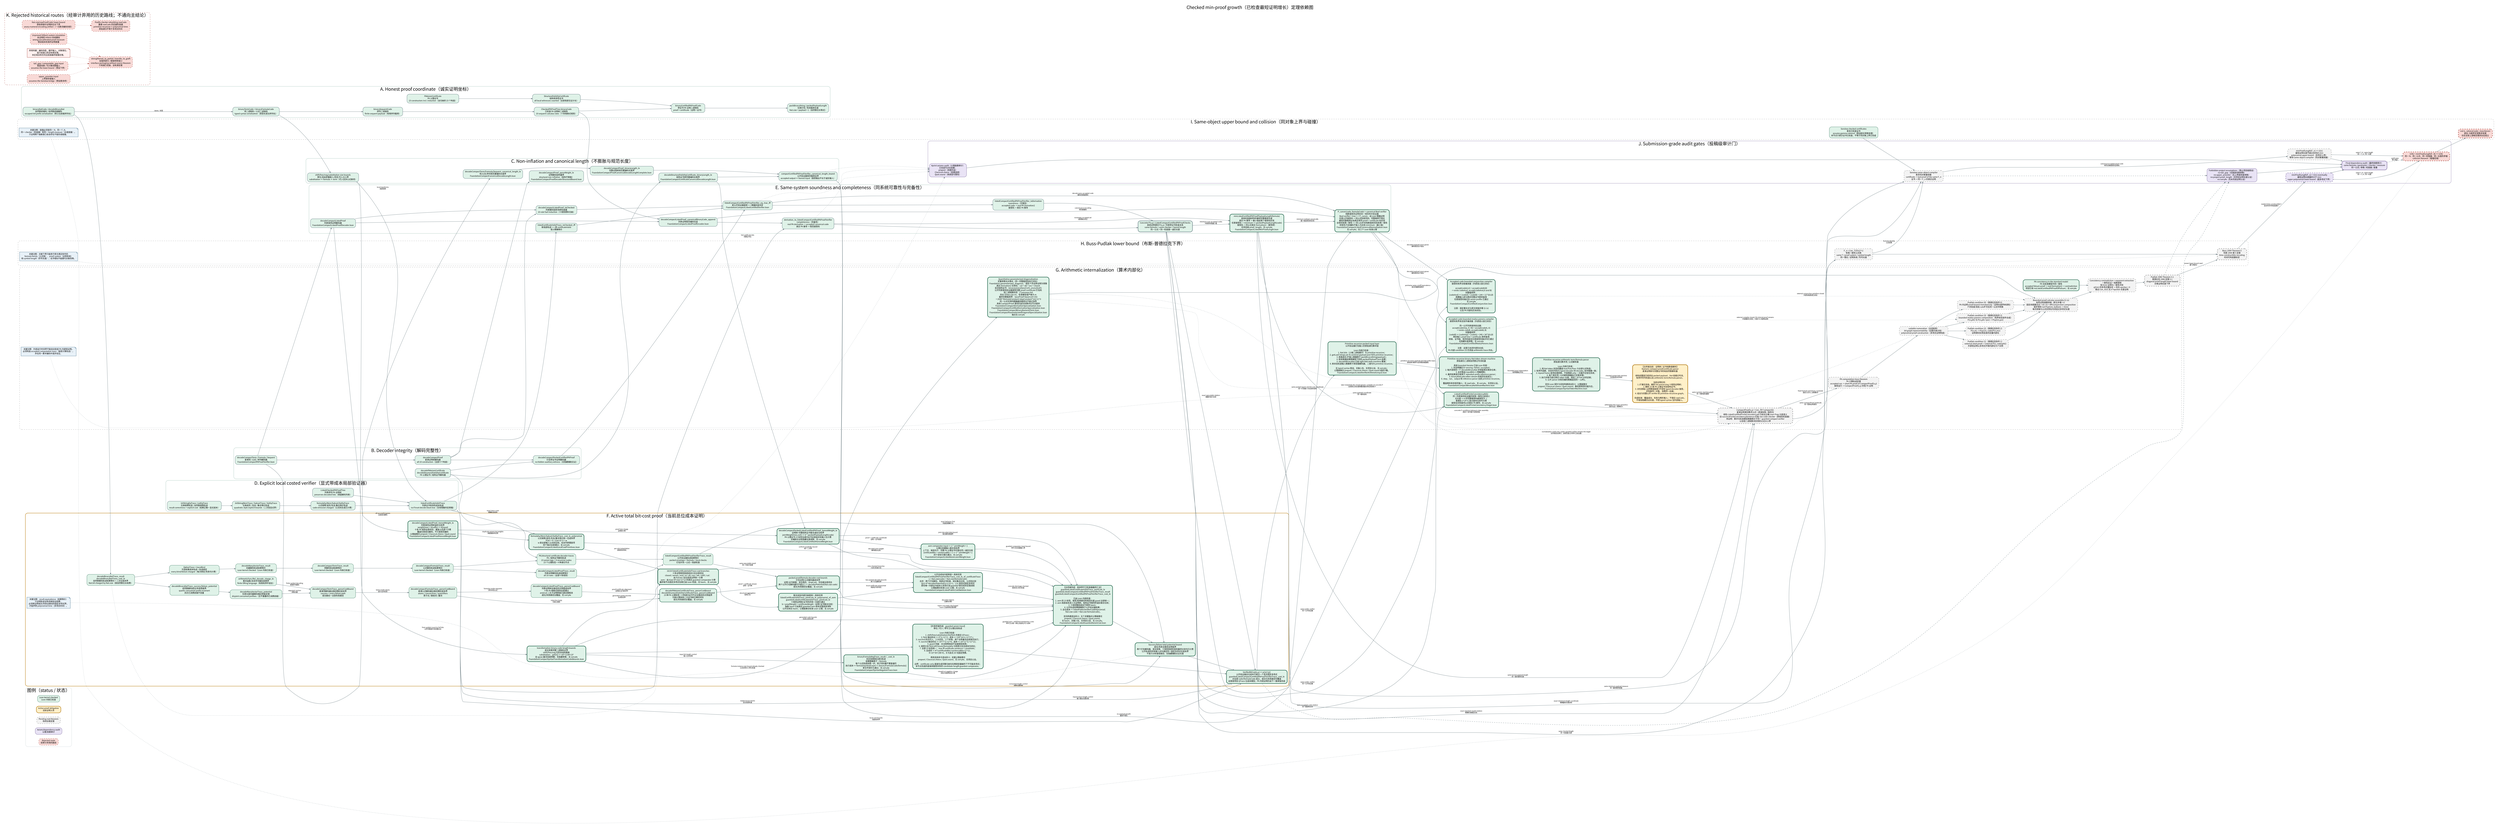
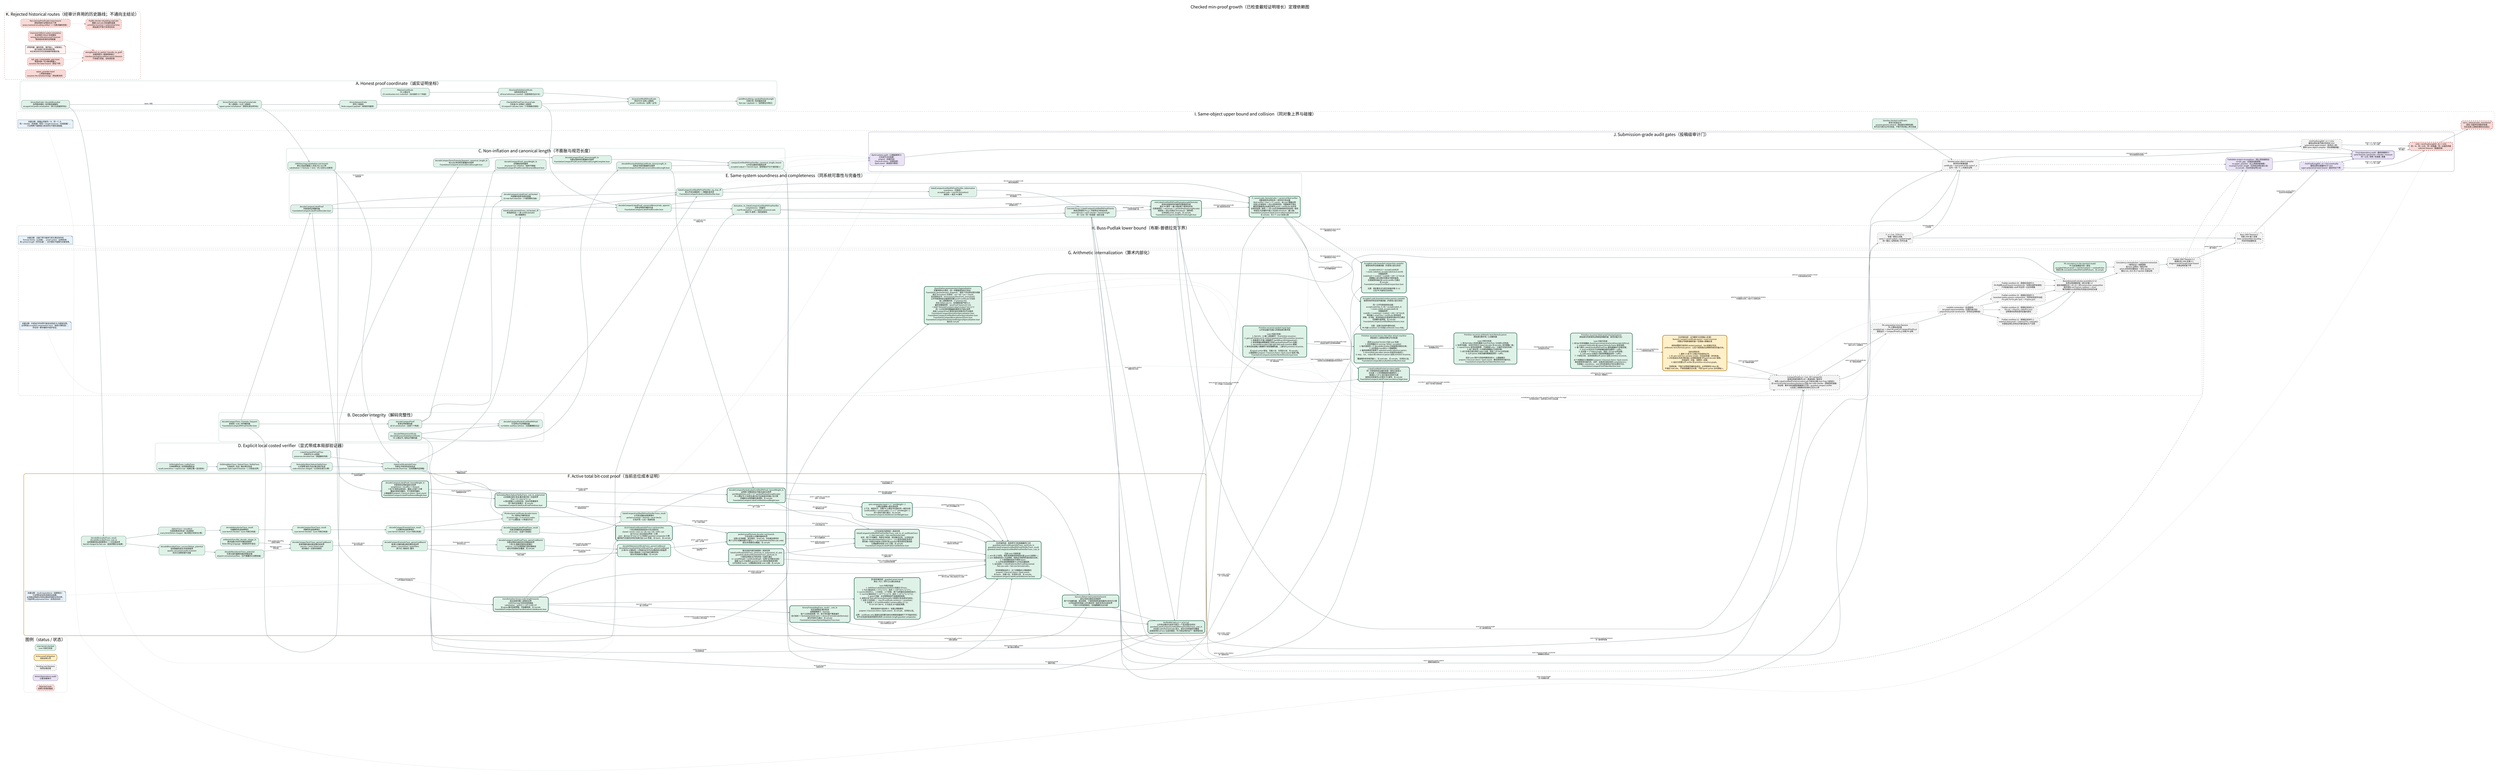
digraph CheckedMinProofDependencies {
  graph [
    rankdir=LR,
    bgcolor="white",
    compound=true,
    newrank=true,
    pad="0.35",
    nodesep="0.30",
    ranksep="0.62",
    fontname="Noto Sans CJK SC",
    fontsize=24,
    label="Checked min-proof growth（已检查最短证明增长）定理依赖图",
    labelloc="t",
    labeljust="c"
  ];
  node [
    shape=box,
    style="rounded,filled",
    fontname="Noto Sans CJK SC",
    fontsize=10.5,
    color="#526d75",
    fillcolor="#eef3f4",
    margin="0.14,0.09",
    penwidth=1.2
  ];
  edge [
    fontname="Noto Sans CJK SC",
    fontsize=8.5,
    color="#65777d",
    arrowsize=0.68,
    penwidth=1.05
  ];

  subgraph cluster_legend {
    label="图例（status / 状态）";
    color="#c8d1d4";
    style="rounded";
    done [label="Lean kernel checked\nLean 内核已检查", fillcolor="#dff2e8", color="#3f7c66"];
    active [label="Active proof obligation\n当前证明义务", fillcolor="#fff0c9", color="#b37a12", penwidth=2.2];
    pending [label="Pending root theorem\n待闭合根定理", fillcolor="#f3f3f3", color="#777777", style="rounded,filled,dashed"];
    audit [label="Axiom/dependency audit\n公理/依赖审计", fillcolor="#e9e3f5", color="#76639a"];
    rejected [label="Rejected route\n经审计弃用的路线", fillcolor="#f8d9d6", color="#a8443d", style="rounded,filled,dashed"];
  }

  subgraph cluster_coordinate {
    label="A. Honest proof coordinate（诚实证明坐标）";
    color="#8fb7aa";
    style="rounded";

    natcode [label="binaryNatCode / decodeBinaryNat\n自然数前缀码 / 自然数前缀解码\nescaped-bit prefix serialization（转义位前缀序列化）", fillcolor="#dff2e8"];
    syntaxcode [label="binaryTermCode + binaryFormulaCode\n项二进制码 + 公式二进制码\ntyped syntax serialization（类型化语法序列化）", fillcolor="#dff2e8"];
    sequentcode [label="binarySequentCode\n序列二进制码\nfinite sequent payload（有限序列载荷）", fillcolor="#dff2e8"];
    prooftree [label="CheckedPAProofTree.binaryCode\n已检查 PA 证明树二进制码\n10 sequent-calculus rules（十条相继式规则）", fillcolor="#dff2e8"];
    axiomcert [label="PAAxiomCertificate\nPA 公理证书\n23 constructors incl. induction（含归纳的 23 个构造）", fillcolor="#dff2e8"];
    structcert [label="StructuralValidityCertificate\n结构有效性证书\nall local witnesses counted（全部局部见证计长）", fillcolor="#dff2e8"];
    certifiedcode [label="binaryCertifiedPAProofCode\n带证书 PA 证明二进制码\nproof + certificate（证明 + 证书）", fillcolor="#dff2e8"];
    packedcode [label="packBinaryString / packedPayloadLength\n位串打包 / 有效载荷长度\nNat.size = payload + 1（自然数位长等式）", fillcolor="#dff2e8"];

    natcode -> syntaxcode [label="labels / 标签"];
    syntaxcode -> sequentcode;
    sequentcode -> prooftree;
    axiomcert -> structcert;
    prooftree -> certifiedcode;
    structcert -> certifiedcode;
    certifiedcode -> packedcode;
  }

  subgraph cluster_decoder {
    label="B. Decoder integrity（解码完整性）";
    color="#8fb7aa";
    style="rounded";

    typeddecoder [label="decodeCompactTerm / Formula / Sequent\n紧凑项 / 公式 / 序列解码器\nFoundationCompactPAProofVerifier.lean", fillcolor="#dff2e8"];
    proofdecoder [label="decodeCompactProof\n紧凑证明树解码器\nall 10 constructors（全部十个构造）", fillcolor="#dff2e8"];
    certdecoder [label="decodePAAxiomCertificate\ndecodeStructuralValidityCertificate\nPA 公理证书 / 结构证书解码器", fillcolor="#dff2e8"];
    packeddecoder [label="decodeCompactPackedCertifiedPAProof\n打包带证书证明解码器\nno hidden auxiliary witness（无隐藏辅助见证）", fillcolor="#dff2e8"];

    typeddecoder -> proofdecoder;
    certdecoder -> packeddecoder;
    proofdecoder -> packeddecoder;
  }

  subgraph cluster_size {
    label="C. Non-inflation and canonical length（不膨胀与规范长度）";
    color="#8fb7aa";
    style="rounded";

    structural [label="decodeCompactProof_parseWeight_le\n证明解码结构量界\nstructural non-inflation（结构不膨胀）\nFoundationCompactProofDecoderStructuralBound.lean", fillcolor="#dff2e8"];
    syntaxcanonical [label="decodeCompactTerm/Formula/Sequent_canonical_length_le\n项/公式/序列规范重编码长度界\nFoundationCompactCanonicalDecodeLength.lean", fillcolor="#dff2e8"];
    proofcanonical [label="decodeCompactProof_binaryLength_le\n完整证明树规范重编码长度界\nFoundationCompactProofCanonicalDecodeLengthComplete.lean", fillcolor="#dff2e8"];
    certcanonical [label="decodeStructuralValidityCertificate_binaryLength_le\n结构证书规范重编码长度界\nFoundationCompactCertificateCanonicalDecodeLength.lean", fillcolor="#dff2e8"];
    totalcanonical [label="compactCertifiedPAProofVerifier_canonical_length_bound\n公开验证器规范载荷总界\naccepted output <= honest input（接受输出不长于诚实输入）", fillcolor="#dff2e8"];
    transformsize [label="shift/free/neg/substitution size bounds\n移位/自由变量嵌入/否定/代入大小界\nsubstitution <= formula × term（代入至多公式乘项）", fillcolor="#dff2e8"];

    typeddecoder -> syntaxcanonical;
    proofdecoder -> structural;
    syntaxcanonical -> proofcanonical;
    certdecoder -> certcanonical;
    proofcanonical -> totalcanonical;
    certcanonical -> totalcanonical;
    syntaxcode -> transformsize;
  }

  subgraph cluster_explicit_local {
    label="D. Explicit local costed verifier（显式带成本局部验证器）";
    color="#8fb7aa";
    style="rounded";

    biteq [label="bitStringEqTrace / natEqTrace\n位串相等轨迹 / 自然数相等轨迹\nresult correctness + explicit cost（结果正确 + 显式成本）", fillcolor="#dff2e8"];
    bitset [label="bitStringMemTrace / SubsetTrace / SetEqTrace\n位串成员 / 包含 / 集合等价轨迹\nquadratic-style explicit bounds（二次型显式界）", fillcolor="#dff2e8"];
    formulalist [label="formulaEq/Mem/Subset/SetEqTrace\n公式相等/成员/包含/集合等价轨迹\ncode emission charged（公式码生成已计费）", fillcolor="#dff2e8"];
    listedtree [label="ListedCheckedPAProofTree\n列表序列 PA 证明树\npreserves decoded lists（保留解码列表）", fillcolor="#dff2e8"];
    listedcert [label="listedCertificateValidTrace\n列表证书有效性成本轨迹\nno Finset decide black box（无有限集判定黑箱）", fillcolor="#dff2e8"];

    biteq -> bitset;
    bitset -> formulalist;
    listedtree -> listedcert;
    formulalist -> listedcert;
    transformsize -> listedcert [label="local transforms\n局部变换"];
  }

  subgraph cluster_same_system {
    label="E. Same-system soundness and completeness（同系统可靠性与完备性）";
    color="#8fb7aa";
    style="rounded";

    listdecoder [label="decodeCompactListedProof\n列表保持证明解码器\nFoundationCompactListedProofDecoder.lean", fillcolor="#dff2e8"];
    projection [label="decodeCompactListedProof_toChecked\n列表解码投影到原检查器\n10-rule fuel induction（十规则燃料归纳）", fillcolor="#dff2e8"];
    localiff [label="listedCertificateValidTrace_toChecked_iff\n新局部轨迹 <-> 原 certificateValid\n语义精确等价", fillcolor="#dff2e8"];
    publiciff [label="listedCompactCertifiedPAProofVerifier_eq_true_iff\n新公开验证器接受 <-> 精确检查关系\nFoundationCompactListedCertifiedVerifier.lean", fillcolor="#dff2e8"];
    soundness [label="listedCompactCertifiedPAProofVerifier_toDerivation\nsoundness（可靠性）\naccepted code -> real PA Derivation2\n接受码 -> 真实 PA 推导", fillcolor="#dff2e8"];
    listencoder [label="decodeCompactListedProof_canonicalBinaryCode_append\n列表证明规范编码往返\nFoundationCompactListedProofEncoder.lean", fillcolor="#dff2e8"];
    completeness [label="derivation_to_listedCompactCertifiedPAProofVerifier\ncompleteness（完备性）\nreal PA derivation -> accepted canonical code\n真实 PA 推导 -> 规范接受码", fillcolor="#dff2e8"];
    predicate [label="Concrete P(x,y) / ListedCompactCertifiedPAProofChecks\n具体证明谓词 P(x,y) / 列表带证书检查关系\nsame formula + same checker + honest length\n同一公式 + 同一检查器 + 诚实长度", fillcolor="#dff2e8", penwidth=2.0];
    minmeasure [
      label="minListedCertifiedPAProofPayloadLength(formula)\n具体检查器诱导的最短完整载荷长度\n真实 PA 推导 -> 最小值由某个接受码实现\n任意接受码 -> minimum <= packedPayloadLength(code)\n接受码 -> 同公式真实 Derivation2（推导树）\n无项目级 proof_length；无 sorryAx\nFoundationCompactListedMinProofLength.lean",
      fillcolor="#dff2e8", color="#2f6f57", penwidth=2.8
    ];
    canonicalnormalize [
      label="P_canon(code, formulaCode) + canonical Bool verifier\n纯数值规范证明关系 + 规范布尔验证器\nBool verifier = true <-> P_canon，由 Lean 精确证明\n任意公开接受码 -> 同公式码规范码，完整载荷不增长\n最短完整载荷必由真实规范 proof + certificate 码实现\n全体码有限一致性 <-> 同 cutoff 的纯数值规范码有限一致性\n非规范/冗余编码不能人为压低 minimum（最小值）\nFoundationCompactListedCanonicalNormalization.lean\n无 sorryAx；仅三个 Lean 标准公理",
      fillcolor="#dff2e8", color="#2f6f57", penwidth=2.8
    ];

    typeddecoder -> listdecoder;
    listdecoder -> projection;
    proofdecoder -> projection;
    listedcert -> localiff;
    projection -> publiciff;
    localiff -> publiciff;
    packeddecoder -> publiciff;
    publiciff -> soundness;
    prooftree -> listencoder;
    listdecoder -> listencoder;
    listencoder -> completeness;
    listedcert -> completeness;
    soundness -> predicate;
    completeness -> predicate;
    predicate -> minmeasure [label="minimum over accepted codes\n对接受码取最小值"];
    completeness -> minmeasure [label="nonempty accepted set\n接受集合非空"];
    publiciff -> canonicalnormalize [label="decode every accepted code\n解码任意接受码"];
    listencoder -> canonicalnormalize [label="canonical re-encoding\n规范重编码"];
    totalcanonical -> canonicalnormalize [label="no payload growth\n载荷不增长"];
    minmeasure -> canonicalnormalize [label="minimum realized canonically\n最小值由规范码实现"];
  }

  subgraph cluster_cost_active {
    label="F. Active total bit-cost proof（当前总位成本证明）";
    color="#c18a27";
    style="rounded,bold";

    nattrace [label="decodeBinaryNatTrace_result\ndecodeBinaryNatTrace_cost_le\n自然数解码轨迹结果等价 + 二次位成本界\nNat.bit charged by Nat.size（按自然数位长收费）", fillcolor="#dff2e8", color="#3f7c66"];
    tracebind [label="OptionTrace + traceBind\n可选结果成本轨迹 + 轨迹绑定\nevery bind/failure charged（每次绑定/失败均计费）", fillcolor="#dff2e8", color="#3f7c66"];
    vectortrace [label="decodeManyVectorTrace_result\n向量解码轨迹结果等价\nLean kernel checked（Lean 内核已检查）", fillcolor="#dff2e8", color="#3f7c66"];
    termtrace [label="decodeCompactTermTrace_result\n项解码轨迹结果等价\nLean kernel checked（Lean 内核已检查）", fillcolor="#dff2e8", color="#3f7c66"];
    formulatrace [label="decodeCompactFormulaTrace_result\n公式解码轨迹结果等价\nLean kernel checked（Lean 内核已检查）", fillcolor="#dff2e8", color="#3f7c66"];
    prooftrace [label="decodeCompactListedProofTrace_result\n列表证明解码轨迹结果等价\nall 10 rules（全部十条规则）", fillcolor="#dff2e8", color="#3f7c66"];
    certtrace [label="PA/structural certificate decoder traces\nPA / 结构证书解码轨迹\n23 axiom tags + 4 recursive nodes\n23 个公理标签 + 4 种递归节点", fillcolor="#dff2e8", color="#3f7c66"];
    publictrace [label="listedCompactCertifiedPAProofVerifierTrace_result\n公开验证器轨迹结果等价\npacked envelope + formula + local checks\n打包外壳 + 公式 + 局部检查", fillcolor="#dff2e8", color="#3f7c66"];
    natpotential [label="decodeBinaryNatTrace_success/failure_potential\n自然数解码成功/失败势能界\nquartic consumed-prefix invariant\n四次已消费前缀不变量", fillcolor="#dff2e8", color="#3f7c66"];
    vectorpotential [label="decodeManyVectorTrace_potential\n任意长度向量解码摊还势能定理\ndisjoint consumed prefixes（互不重叠的已消费前缀）", fillcolor="#dff2e8", color="#3f7c66"];
    symbolcharge [label="arithmeticFunc/Rel_decode_charge_le\n算术函数/关系符号解码收费界\nfinite ORing language（有限有序环语言）", fillcolor="#dff2e8", color="#3f7c66"];
    termpotential [label="decodeCompactTermTrace_parserCostBound\n紧凑项解码器全路径摊还成本界\nsuccess + every failure path\n成功路径 + 全部失败路径", fillcolor="#dff2e8", color="#3f7c66"];
    formulapotential [label="decodeCompactFormulaTrace_parserCostBound\n紧凑公式解码器全路径摊还成本界\natoms / connectives / quantifiers\n原子式 / 联结词 / 量词", fillcolor="#dff2e8", color="#3f7c66"];
    proofpotential [
      label="decodeCompactListedProofTrace_parserCostBound\n列表证明树全路径四次势能成本界\n十条 PA 相继式规则全部通过\nand/cut 二叉子证明势能已望远镜相消\n成功/失败路径全覆盖；无 sorryAx",
      fillcolor="#dff2e8", color="#3f7c66"
    ];
    certpotential [
      label="decodePAAxiomCertificateTrace_parserCostBound\ndecodeStructuralValidityCertificateTrace_parserCostBound\n23 种 PA 公理标签 + 4 种递归证书节点全路径四次势能界\n归纳公理体和二元证书树已摊还闭合\n成功/失败路径全覆盖；无 sorryAx",
      fillcolor="#dff2e8", color="#3f7c66", penwidth=2.2
    ];
    packedcost [
      label="packed proof/formula decoder cost bounds\n打包证明/公式解码器成本界\n证明+证书串联、末位哨兵、dropLast、空后缀全部闭合\n两个公开打包解码器均不超过 2 × decoderPotential(Nat.size code)\n成功/失败路径全覆盖；无 sorryAx",
      fillcolor="#dff2e8", color="#2f6f57", penwidth=2.8
    ];
    transformcode [
      label="transformation binary-code length bounds\n语法变换完整二进制码长界\nshift/free/neg 均至多线性膨胀\nsubstitution：|phi[t]| <= 3(F+1)(W+1)F\n含 qpow 量词深度预算；无隐藏参数；无 sorryAx\nFoundationCompactSyntaxTransformationCodeBounds.lean",
      fillcolor="#dff2e8", color="#2f6f57", penwidth=2.8
    ];
    negtrace [
      label="binaryFormulaNegTrace_result / _cost_le\n否定变换真实递归轨迹\n结果精确等于 ∼formula\n每个公式构造收费一步；原子项向量不重复遍历\n执行成本 <= formulaSymbolCount <= |binaryFormulaCode(formula)|\n单文件探针已通过；无 sorryAx\nFoundationCompactSyntaxNegationTrace.lean",
      fillcolor="#dff2e8", color="#2f6f57", penwidth=2.8
    ];
    axmjoint [
      label="axm comparator input <= 2 * jointWeight + 1\n公理比较器输入联合坐标界\n上下文、候选句子、完整 PA 公理证书均落在同一诚实位权\ncertificateBits + sentenceBits + 1 <= 2 * jointWeight + 1\n四个坐标引理已通过；无 sorryAx\nFoundationCompactListedAxiomJointWeight.lean",
      fillcolor="#dff2e8", color="#2f6f57", penwidth=2.8
    ];
    honestproof [
      label="decodeCompactListedProof_honestWeight_le\n列表保持证明树诚实位权界\nweight(tree) + 8|suffix| <= 8|input|\n十条 PA 规则全部闭合；重复公式逐个计费\n覆盖任意成功解码，不只是规范编码\n公理画像仅 propext / Classical.choice / Quot.sound\nFoundationCompactListedProofHonestWeight.lean",
      fillcolor="#dff2e8", color="#2f6f57", penwidth=2.8
    ];
    honestcert [
      label="decodeCompactPackedListedCertifiedPAProof_honestWeight_le\n证明树+完整结构证书联合诚实位权界\njointWeight(tree,cert) <= 8 * packedPayloadLength(code)\nPA 公理证书 23 标签及递归证书全部由实际输入位计费\n无辅助见证和隐藏长度参数；无 sorryAx\nFoundationCompactListedCertifiedHonestWeight.lean",
      fillcolor="#dff2e8", color="#2f6f57", penwidth=2.8
    ];
    localprimitives [
      label="formulaEq/Mem/Subset/SetEqTrace_cost_le_polynomial\n公式相等/成员/包含/集合等价统一位成本界\nP(w) = 4 + 2(w+3)^2 + w\nw 是全部输入公式码位权，包含列表重复项\n四个端点全部通过；无 sorryAx\nFoundationCompactListedLocalCostPrimitives.lean",
      fillcolor="#dff2e8", color="#2f6f57", penwidth=2.8
    ];
    localbranches9 [
      label="10/10 listedCertificateValidTrace cost branches\n十条证明规则局部成本分支全部闭合\nclosed / verum / and / or / all / exs / wk / shift / cut：\n由 P(G(w)) 及生成语法界统一计费\naxm：由 A(w)=K*(2w+1)^12 的真实 guarded comparator 计费\n最终每节点固定多项式包络已由 Lean 检查；无 haxm、无 sorryAx",
      fillcolor="#dff2e8", color="#2f6f57", penwidth=2.8
    ];
    localinduction [
      label="联合坐标内部归纳骨架 + 具体实例\nlistedCertificateValidTrace_jointCost_le_polynomial_of_axm\nguardedListedCertificateValidTrace_jointCost_le\n十规则证明树/证书同步统一归纳已通过\nb = proofWeight + certificateWeight（证明+证书联合位权）\n抽象 haxm 已由真实 guarded axm 成本定理具体消除\n公开实例无 haxm；公理画像仅标准 Lean 公理；无 sorryAx",
      fillcolor="#dff2e8", color="#2f6f57", penwidth=2.8
    ];
    publicskeleton [
      label="公开总成本内部骨架 + 具体实例\nlistedCompactCertifiedPAProofVerifierTrace_cost_le_of_certificateTrace\ns = Nat.size(code) + Nat.size(formulaCode)\n合并：两个打包解码、局部证书检查、结论集合比较、公式码比较\nQ(s)=4*decoderPotential(s)+L(s)+1，L(s) 是显式固定多项式\n原先唯一内部证书成本义务现已由 guarded 联合成本定理消除\n公理画像仅标准 Lean 公理；无 sorryAx\nFoundationCompactListedPublicCostSkeleton.lean",
      fillcolor="#dff2e8", color="#2f6f57", penwidth=2.8
    ];
    publiccost [
      label="【主终端完成：具体带守卫检查器最终汇合】\nguardedListedCertificateValidTrace_jointCost_le\nguardedListedCompactCertifiedPAProofVerifierTrace_result\nguardedListedCompactCertifiedPAProofVerifierTrace_cost_le\n\n已由 Lean 内核检查：\n1. axm 的 23 标签、接受/拒绝路径和候选长度 guard 全部统一；\n2. axm 局部成本进入与证明树、结构证书相同的诚实联合位权；\n3. 十规则整树成本不再带 haxm；\n4. 公开轨迹结果精确等于公开验证器结果；\n5. 总位成本 <= listedPublicVerifierCostPolynomial(\n   Nat.size code + Nat.size formulaCode)。\n\n定向构建退出码 0；五个关键端点公理画像仅\npropext / Classical.choice / Quot.sound。\n无 haxm、无输入包、无项目公设、无 sorryAx。\nFoundationCompactListedGuardedAxiomCost.lean",
      fillcolor="#dff2e8", color="#2f6f57", penwidth=2.8
    ];
    amortized [label="Success/failure total potential bound\n成功/失败全路径总势能界\n两个打包解码器、语法变换、十规则局部检查和最终比较均已计费\n公开轨迹的所有输入对均满足同一固定多项式位成本界\n不是只分析接受路径；无隐藏辅助见证长度", fillcolor="#dff2e8", color="#2f6f57", style="rounded,filled", penwidth=2.8];
    costnote [shape=note, label="关键注释：result equivalence（结果等价）\n只证明轨迹没有改掉验证结果；\n必须再证明成功/失败全路径的固定多项式界，\n才能声称 polynomial time（多项式时间）。", fillcolor="#e8f1f8", color="#4e7892"];
    transformtrace [label="【共享终端完成：guarded axiom trace】\n移位 / 代入 / 带守卫公理比较轨迹\n\nLean 内核已检查：\n1. shift/free/substitution/list/fixitr 的真实 QTrace；\n2. fixitr 输出码长 <= 4*(L+1)^2；成本 <= 128*(m+L+1)^2*L；\n3. succInd 四次代入、三次否定、三个析取、两个全称量词全部真实执行；\n4. succInd 输出码长 <= 10^7*(L+1)^4；成本 <= 10^11*(L+1)^12；\n5. guard 完备：合法相等候选不会被提前拒绝；\n6. 接受分支 fixitr/allClosure/formulaEq 与拒绝分支总成本均闭合；\n7. 全部 23 标签统一：true iff certificate.sentence = candidate；\n8. 总成本 <= K*(certificateBits+sentenceBits+1)^12，\n   K=10^30+(3B+4)，B 为显式 26 句固定预算。\n\n两条验收命令退出码 0；关键公理画像仅\npropext / Classical.choice / Quot.sound；无 sorryAx、无项目公设。\n\n边界：certificate-only 直接生成完整归纳句在稀疏变量编号下不可能多项式；\n本节点完成的是保持接受关系的 candidate-length guarded comparator。", fillcolor="#dff2e8", color="#2f6f57", style="rounded,filled", penwidth=2.8];
    polytime [label="VerifierBitCost(x,y) <= p(|x|+|y|)\n公开验证器总位成本不超过一个显式固定多项式\nguardedListedCompactCertifiedPAProofVerifierTrace_cost_le\n对全部 code/formulaCode 成立，成功与失败路径均覆盖\n这里是项目 QTrace 位成本模型；PA 内短证明仍由下一簇单独完成", fillcolor="#dff2e8", color="#2f6f57", style="rounded,filled", penwidth=2.8];

    natcode -> nattrace;
    nattrace -> tracebind;
    tracebind -> vectortrace;
    vectortrace -> termtrace;
    termtrace -> formulatrace;
    formulatrace -> prooftrace;
    certdecoder -> certtrace;
    formulatrace -> certtrace;
    prooftrace -> publictrace;
    certtrace -> publictrace;
    publictrace -> amortized [label="exact behavior first\n先固定精确行为"];
    nattrace -> natpotential;
    natpotential -> vectorpotential;
    vectorpotential -> termpotential [label="argument vectors\n参数向量"];
    symbolcharge -> termpotential [label="finite symbol decoding\n有限符号解码"];
    termpotential -> formulapotential [label="terms inside atoms\n原子式中的项"];
    formulapotential -> proofpotential [label="formulas inside sequents\n序列中的公式"];
    proofpotential -> certpotential [label="proof/certificate alignment\n证明树/证书树对齐"];
    formulapotential -> certpotential [label="induction body\n归纳公理体"];
    certpotential -> packedcost [label="proof + certificate stream\n证明 + 证书串"];
    publictrace -> packedcost [label="same executable result\n同一可执行结果"];
    packedcost -> publiccost [label="decoded objects\n已解码对象"];
    transformsize -> transformcode [label="from symbol count to full bits\n从符号数提升到完整位长"];
    transformcode -> negtrace [label="input bit-length control\n输入位长控制"];
    negtrace -> publiccost [label="closed/cut negation charge\n闭合/切规则否定计费"];
    transformcode -> publiccost [label="generated-code bounds\n生成公式码长界"];
    listdecoder -> honestproof [label="all successful parses\n全部成功解码"];
    honestproof -> honestcert [label="proof-tree charge\n证明树计费"];
    certcanonical -> honestcert [label="full certificate bits\n完整证书位"];
    honestcert -> publiccost [label="joint decoded-data bound\n联合解码数据界"];
    honestcert -> axmjoint [label="proof + certificate coordinate\n证明 + 证书坐标"];
    axmjoint -> publiccost [label="guarded comparator input bound\n带守卫比较器输入界"];
    listedcert -> localprimitives [label="exact trace costs\n精确轨迹成本"];
    honestproof -> localprimitives [label="duplicate-preserving weights\n保留重复项位权"];
    localprimitives -> publiccost [label="uniform quadratic bound\n统一二次界"];
    localprimitives -> localbranches9 [label="per-rule instantiation\n逐规则实例化"];
    transformcode -> localbranches9 [label="generated syntax bounds\n生成语法界"];
    localbranches9 -> publiccost [label="nine checked branches\n九条已检查分支"];
    localbranches9 -> localinduction [label="structural aggregation\n结构汇总"];
    localinduction -> publiccost [label="haxm concretely discharged\nhaxm 已由具体定理消除"];
    localinduction -> publicskeleton [label="local certificate polynomial\n局部证书多项式"];
    packedcost -> publicskeleton [label="two packed decoder bounds\n两个打包解码界"];
    honestcert -> publicskeleton [label="decoded joint weight\n解码联合位权"];
    publicskeleton -> publiccost [label="concrete discharge checked\n具体消义务已检查"];
    listedcert -> publiccost [label="explicit local checks\n显式局部检查"];
    publiccost -> amortized;
    totalcanonical -> amortized [label="consumed-length control\n消费长度控制"];
    costnote -> amortized [style=dotted, arrowhead=none, constraint=false];
    transformcode -> transformtrace;
    transformtrace -> publiccost [label="guarded axm + shift/free/substitution costs\n带守卫公理 + 移位/自由化/代入成本"];
    amortized -> polytime;
    transformtrace -> polytime;
    totalcanonical -> polytime [label="input/output length control\n输入输出长度控制"];
    listedcert -> polytime [label="local cost bounds\n局部成本界"];
    predicate -> polytime [label="exact executable relation\n精确可执行关系"];
  }

  subgraph cluster_internalization {
    label="G. Arithmetic internalization（算术内部化）";
    color="#9a9a9a";
    style="rounded,dashed";

    listedconmeta [label="ListedCertifiedFiniteConsistencyAt(k)\n同一列表保持验证器的有限一致性元层语义\n无长度 <= k 的完整载荷码被接受为 ⊥\n普通及 2^(A*n) 放大版本无条件为真\n接受反向恢复同公式真实 PA 推导；无 sorryAx\nFoundationCompactListedFiniteConsistencyTarget.lean", fillcolor="#dff2e8", color="#2f6f57", penwidth=2.8];
    arithinput [label="Primitive-recursive packed input layer\n公开验证器打包输入的原始递归算术层\n\nLean 内核已检查：\n1. Nat.bits（小端二进制展开）为 primitive recursive；\n2. getLast?/dropLast 与 sentinel payload peel 均为 primitive recursive；\n3. 剥离成功 iff 输入精确等于 packBinaryString(payload)；\n4. 新剥离器结果精确等于现有 packedPayloadTrace 结果；\n5. decodeBinaryNat 已由 right-fold state machine 重建；\n6. 新状态机逐输入精确等于原前缀解码器，二者均为 primitive recursive。\n\n无 typed syntax 假设、无输入包、无项目公设、无 sorryAx；\n公理画像仅 propext / Classical.choice / Quot.sound 或其子集。\nFoundationCompactListedVerifierArithmeticInput.lean", fillcolor="#dff2e8", color="#2f6f57", penwidth=2.8];
    tokenstream [label="Primitive-recursive binary-Nat token stream machine\n原始递归二进制自然数记号流机器\n\n具体 bounded iterator 已由 Lean 检查：\n1. 状态明确区分 running / failed / accepted；\n2. 每步调用同一个 decodeBinaryNat 并保留真实剩余位串；\n3. 总步数由 inputBits+1 明确限制；\n4. 最终结果逐位串等于 repeated-prefix reference parser；\n5. binaryNatCode token stream 的规范往返成立；\n6. step、run、output 和 reference parser 全部 primitive recursive。\n\n覆盖畸形和非规范输入；无 rawCode、无 sorryAx、无项目公设。\nFoundationCompactBinaryNatStreamMachine.lean", fillcolor="#dff2e8", color="#2f6f57", penwidth=2.8];
    syntaxparser [label="Primitive-recursive arithmetic term/formula parser\n原始递归算术项 / 公式解析器\n\nLean 内核已检查：\n1. 纯 Nat token 状态机覆盖 bvar/fvar/func 与全部公式构造；\n2. 有序环函数、关系符号码与 typed decoder 的 decode₂ 条件精确一致；\n3. repeat frame 逐项处理参数，不按稀疏 arity 一次展开巨型任务表；\n4. 每个真实项 / 公式都有精确执行步数定理；\n5. 执行步数不超过真实 token 长度，固定二次 fuel 必然足够；\n6. 公开 parser 对规范编码精确返回同一 suffix。\n\n定向 Lean 探针与目标构建退出码 0；公理画像仅\npropext / Classical.choice / Quot.sound；静态禁用项扫描为空。\nFoundationCompactSyntaxTokenMachine.lean", fillcolor="#dff2e8", color="#2f6f57", penwidth=2.8];
-     numericparser [label="【主终端当前：证明树 / 证书纯数值解析】\nNumeric compact proof/certificate parser\n紧凑证明树与完整证书的纯自然数解析器\n\n绿色前置层已经闭合 packed payload、Nat 前缀记号流、\n有序环符号检查以及 arithmetic term/formula parser。\n\n当前证明任务：\n1. 扩展任务栈，解析 list-preserving 十规则证明树；\n2. 解析 23 类 PA 公理证书及结构证书；\n3. 对任意输入证明数值接受 iff 现有 typed decoder 接受，\n   并恢复同一对象、消费同一后缀；\n4. 组合为完整公开 verifier 的 primitive-recursive graph。\n\n完成标准：覆盖成功、失败与畸形输入；不借旧 rawCode，\n不增加隐藏见证长度，不把 typed syntax 当外部输入。", fillcolor="#fff0c9", color="#b37a12", penwidth=2.8];
+     proofparser [label="Primitive-recursive listed-proof structural parser\n原始递归列表保持证明树结构解析器（规范完备方向）\n\nLean 内核已检查：\n1. 纯 Nat 任务栈覆盖 closed/axm/verum/and/or/all/exs/wk/shift/cut；\n2. sequent cardinality 由 repeat-formula frame 逐项消费；\n3. 每个真实 ListedCheckedPAProofTree 都有精确执行步数定理；\n4. and/cut 的左右子证明按编码顺序消费同一 suffix；\n5. 总步数 <= 2*tokenLength，固定二次 fuel 必然足够；\n6. 公开 parser 对规范十规则树精确返回同一 suffix；\n7. 十标签分派、总状态机和公开 parser 全部 primitive recursive。\n\n五个关键端点公理画像仅 propext / Classical.choice / Quot.sound；\n静态禁用项扫描为空。边界：这里闭合真实树的 completeness；\n任意输入 soundness、axm 闭句检查和证书仍在黄色节点。\nFoundationCompactProofTokenMachine.lean", fillcolor="#dff2e8", color="#2f6f57", penwidth=2.8];
+     numericparser [label="【主终端当前：证书解析与任意输入反演】\nNumeric compact certificate parser + exact inversion\n完整证书纯数值解析器 + 任意输入精确反演\n\n绿色前置层已经闭合 packed payload、Nat 前缀记号流、\narithmetic term/formula parser，以及十规则真实证明树的规范完备方向。\n\n当前证明任务：\n1. 解析 23 类 PA 公理证书及结构证书；\n2. 补 axm 公式 free-variable-empty（无自由变量）闭句检查；\n3. 对任意成功/失败/畸形输入证明数值接受 iff typed decoder 接受，\n   并恢复同一对象、消费同一后缀；\n4. 组合为完整公开 verifier 的 primitive-recursive graph。\n\n完成标准：不能只证明规范编码会成功；必须排除伪 token 树，\n不借旧 rawCode，不增加隐藏见证长度，不把 typed syntax 当外部输入。", fillcolor="#fff0c9", color="#b37a12", penwidth=2.8];
    compactformula [label="CompactProof(x,y) + Con_PA^compact(k)\n紧凑证明谓词算术公式 + 紧凑有限一致性句\n绿色 ListedCertifiedFiniteConsistencyAt 已给出正确 Lean Prop 元层语义\n旧 succinctFiniteConsistencySentence 仍指 raw-code checker（原始码检查器）\n待证明：算术句标准模型精确等价于同一 guarded compact verifier\n以及短二进制数词实例的公式大小界", fillcolor="#f3f3f3", color="#777777", style="rounded,filled,dashed", penwidth=2.0];
    patrace [label="PA computation-trace theorem\nPA 计算轨迹定理\naccepted run -> short PA proof of CompactProof(x,y)\n接受运行 -> CompactProof(x,y) 的短 PA 证明", fillcolor="#f3f3f3", color="#777777", style="rounded,filled,dashed"];
    suitable [label="suitable numeration（合适枚举）\nbit graph representability（位图可表示性）\npolynomial proof construction（多项式证明构造）", fillcolor="#f3f3f3", color="#777777", style="rounded,filled,dashed"];
    cond0 [label="Pudlak condition (0)（普德拉克条件 0）\nPA 内证明 proof-bound monotonicity（证明长度界单调性）\nP 的较紧/较松 cutoff 可在同一公式中转换", fillcolor="#f3f3f3", color="#777777", style="rounded,filled,dashed"];
    cond1 [label="Pudlak condition (1)（普德拉克条件 1）\nexternal short proof -> internal P(n, code(phi))\n外部短证明以多项式开销内部化为 P 实例", fillcolor="#f3f3f3", color="#777777", style="rounded,filled,dashed"];
    cond2 [label="Pudlak condition (2)（普德拉克条件 2）\nP(n,m) -> P(q1(n), code(P(n,m)))\n证明谓词实例自身的定量内部化", fillcolor="#f3f3f3", color="#777777", style="rounded,filled,dashed"];
    cond3 [label="Pudlak condition (3)（普德拉克条件 3）\nbounded modus ponens composition（有界肯定前件合成）\nP(n,phi) 与 P(n,phi->psi) -> P(q2(n),psi)", fillcolor="#f3f3f3", color="#777777", style="rounded,filled,dashed"];
    mpcompiler [label="Accepted-code bounded modus ponens compiler\n接受码有界肯定前件编译器（外部语义层已闭合）\n\n同一公开列表保持验证器：\naccept(codeImp, A->B) + accept(codeA, A)\n  -> exists codeB, accept(codeB, B)\n完整载荷界：\n|codeB| <= |codeImp| + |codeA| + 240 + 34*S(A,B)\n两份输入 proof tree + certificate 原样复用\n树级、证书级、规范码级及任意接受码端点均已通过\n无隐藏长度参数；无 sorryAx\nFoundationCompactCertifiedModusPonens.lean\n\n注意：这里只关闭外部码合成；\nPA 内部 condition (3) 仍须由 arithmetic trace 内化。", fillcolor="#dff2e8", color="#2f6f57", penwidth=2.8];
    conjcompiler [label="Accepted-code bounded conjunction compiler\n接受码有界合取编译器（外部语义层已闭合）\n\naccept(codeA,A) + accept(codeB,B)\n  -> exists codeAnd, accept(codeAnd,A and B)\n完整载荷界：\n|codeAnd| <= |codeA| + |codeB| + 144 + 11*S(A,B)\n两棵输入树与两份完整证书原样复用\n任意接受码端点及 axiom profile 已通过\n无 sorryAx\nFoundationCompactCertifiedConjunction.lean\n\n注意：固定重言式与原文拼接步骤 (i)-(v)\n以及 PA 内部化仍未闭合。", fillcolor="#dff2e8", color="#2f6f57", penwidth=2.8];
    qdiagonal [label="Quantitative parameterized diagonalization\n定量参数化对角化（同一完整载荷坐标已闭合）\nFoundation parameterized_diagonal₁：固定 P 的全称证明为常数\n真实 Derivation2 实例化：cut + wk + exs + closed\n显式结构证书：binary(unary(baseCert), unary(leaf))\n公开列表保持验证器接受完整 proof+certificate 打包码\n短二进制数码项：2*previous+bit\n码长 O(Nat.size m)，标准模型值严格为 m\n最终完整载荷界：baseProof+baseCert+192\n + 2048*(formulaConstant+stepConstant*|m|+1)^3\n同一公式实例的精确最短载荷也不超过该界\n具体 CompactProof 谓词仍由灰色算术化节点提供\nFoundationCompactDerivationSpecialization.lean\nFoundationCompactCertifiedDerivationSpecialization.lean\nFoundationCompactBinaryNumeralTerm.lean\nFoundationCompactParameterizedDiagonalSpecialization.lean\n端点无 sorryAx", fillcolor="#dff2e8", color="#2f6f57", penwidth=2.8];
    proofassembly [label="Bounded proof-calculus assembly (i)-(v)\n有界证明演算拼接（原文步骤 i-v）\n固定命题重言式 + (0)-(3) + MP/conjunction composition\n逐步得到 not P(q5(m), bottom) -> D(m)\n每次拼接与公式实例化均须显式多项式长度", fillcolor="#f3f3f3", color="#777777", style="rounded,filled,dashed"];
    paconsistency [label="PA consistency in the standard model\nPA 在标准模型中的一致性\naccepted falsum proof -> real Derivation2 -> contradiction\n项目已有 noListedCertifiedPAProofOfFalsum；无 sorryAx", fillcolor="#dff2e8", color="#2f6f57", penwidth=2.4];
    exponentextract [label="Consistency contradiction + exponent extraction\n一致性反证 + 指数提取\n短 D(m) 证明与一致性冲突\nq5(m) 的多项式重标定 -> 存在 epsilon > 0\n推出 Con_A(n) 无 n^epsilon 长度证明", fillcolor="#f3f3f3", color="#777777", style="rounded,filled,dashed"];
    diagonal [label="Pudlak 1986 Theorem 3.1\n普德拉克 1986 定理 3.1\ndiagonal proof-length lower bound\n对角证明长度下界", fillcolor="#f3f3f3", color="#777777", style="rounded,filled,dashed", penwidth=2.0];
    internalnote [shape=note, label="关键注释：外部运行时间界不能自动变成 PA 内部短证明。\n必须构造 accepted computation trace（接受计算轨迹），\n并在同一算术编码中逐步验证。", fillcolor="#e8f1f8", color="#4e7892"];

    predicate -> compactformula [label="exact standard-model relation\n精确标准模型关系"];
    minmeasure -> compactformula [label="same honest payload length\n同一诚实载荷长度"];
    canonicalnormalize -> compactformula [style=dotted, label="normalization audit only; public guarded verifier remains the target\n仅作规范化审计；目标仍是公开带守卫验证器"];
    predicate -> listedconmeta [label="same accepted-code relation\n同一接受码关系"];
    minmeasure -> listedconmeta [label="same payload coordinate\n同一载荷坐标"];
    listedconmeta -> compactformula [label="arithmetize this exact semantics\n算术化这一精确语义"];
    canonicalnormalize -> listedconmeta [label="pointwise same-cutoff equivalence\n逐点同截断值等价"];
    polytime -> arithinput [label="same packed inputs and bit-cost coordinate\n同一打包输入与位成本坐标"];
    arithinput -> tokenstream [label="primitive-recursive payload and Nat-prefix base\n原始递归载荷与自然数前缀基础"];
    tokenstream -> syntaxparser [label="bounded exact tokenization\n有界精确记号化"];
-     syntaxparser -> numericparser [label="checked syntax-task machine\n已检查语法任务机"];
+     syntaxparser -> proofparser [label="checked syntax-task machine\n已检查语法任务机"];
+     proofparser -> numericparser [label="ten-rule canonical completeness\n十规则规范完备方向"];
    numericparser -> compactformula [label="same numeric machine graph\n同一纯数值机器图"];
    compactformula -> patrace [label="fixed formula and binary numerals\n固定公式与二进制数词"];
    internalnote -> patrace [style=dotted, arrowhead=none, constraint=false];
    patrace -> suitable;
    suitable -> cond0;
    suitable -> cond1;
    suitable -> cond2;
    suitable -> cond3;
    predicate -> mpcompiler [label="same public verifier\n同一公开验证器"];
    canonicalnormalize -> mpcompiler [label="decoded payload never grows\n解码规范化不增长"];
    mpcompiler -> cond3 [style=dotted, label="external compiler closed; PA internal proof remains\n外部编译已闭合；仍需 PA 内部短证明"];
    predicate -> conjcompiler [label="same public verifier\n同一公开验证器"];
    canonicalnormalize -> conjcompiler [label="decoded payload never grows\n解码规范化不增长"];
    conjcompiler -> proofassembly [style=dotted, label="external conjunction primitive closed\n外部合取原语已闭合"];
    compactformula -> qdiagonal [style=dotted, arrowhead=none, constraint=false, label="later instantiate the closed generic compiler at concrete P\n后续把已闭合通用编译器实例化到具体 P"];
    suitable -> qdiagonal [style=dotted, arrowhead=none, constraint=false, label="concrete P conditions belong to later assembly\n具体 P 条件属于后续拼接"];
    transformcode -> qdiagonal [label="formula-instance size bound already checked\n公式实例大小界已检查"];
    cond0 -> proofassembly;
    cond1 -> proofassembly;
    cond2 -> proofassembly;
    cond3 -> proofassembly;
    qdiagonal -> proofassembly;
    proofassembly -> exponentextract;
    paconsistency -> exponentextract;
    exponentextract -> diagonal;
  }

  subgraph cluster_buss {
    label="H. Buss-Pudlak lower bound（布斯-普德拉克下界）";
    color="#9a9a9a";
    style="rounded,dashed";

    family [label="F_n = Con_T((f(n))^c)\n有限一致性公式族\nsame T / proof system / symbol length\n同一理论 / 证明系统 / 符号长度", fillcolor="#f3f3f3", color="#777777", style="rounded,filled,dashed"];
    rescale [label="Buss 1994 Theorem 5\n布斯 1994 第 5 定理\ntime-constructible rescaling\n时间可构造重标定", fillcolor="#f3f3f3", color="#777777", style="rounded,filled,dashed", penwidth=2.0];
    lower [label="minProofLength(F_n) > U(n) eventually\n最短证明长度最终大于 U(n)\nsuper-polynomial lower bound（超多项式下界）", fillcolor="#e9e3f5", color="#76639a", style="rounded,filled,dashed", penwidth=2.0];
    lowernote [shape=note, label="关键注释：文献下界只能用于原文满足条件的\nformula family（公式族）、proof system（证明系统）\n和 symbol length（符号长度）；名字相似不能替代对象恒等。", fillcolor="#e8f1f8", color="#4e7892"];

    compactformula -> family [label="same CompactProof predicate\n同一紧凑证明谓词"];
    minmeasure -> family [label="exact minimum length coordinate\n精确最短长度坐标"];
    diagonal -> rescale [label="power lower-bound seed\n幂下界种子"];
    family -> rescale;
    rescale -> lower [label="explicit time-constructible f\n显式时间可构造函数 f"];
    lowernote -> rescale [style=dotted, arrowhead=none, constraint=false];
  }

  subgraph cluster_collision {
    label="I. Same-object upper bound and collision（同对象上界与碰撞）";
    color="#9a9a9a";
    style="rounded,dashed";

    sondowcert [label="Sondow checked certificates\n索多已检查证书\nassume gamma rational（假设欧拉常数有理）\n本节点只表示证书已检查，不等于同对象上界已完成", fillcolor="#dff2e8", color="#3f7c66"];
    samecompiler [label="Sondow same-object compiler\n索多同对象编译器\ncertificate -> real proof of the same F_n\n证书 -> 同一 F_n 的真实证明", fillcolor="#f3f3f3", color="#777777", style="rounded,filled,dashed"];
    upper [label="minProofLength(F_n) <= U(n)\n最短证明长度不超过多项式 U(n)\npolynomial upper bound（多项式上界）\n等待 same-object compiler（同对象编译器）", fillcolor="#f3f3f3", color="#777777", style="rounded,filled,dashed"];
    collision [label="U(N) < minProofLength(F_N) <= U(N)\n同一 N、同一公式、同一检查器、同一长度的矛盾\ncollision theorem（碰撞定理）", fillcolor="#f8d9d6", color="#a8443d", style="rounded,filled,dashed", penwidth=2.5];
    final [label="not is_rational euler_mascheroni\n欧拉-马歇罗尼常数非有理\n仅在全部上游根定理闭合后成立", fillcolor="#f8d9d6", color="#a8443d", style="rounded,filled,dashed", penwidth=2.5];
    samenote [shape=note, label="关键注释：碰撞必须是同一 N、同一 F_N、\n同一 checker（检查器）和同一 length measure（长度度量）。\n只证明两个抽象接口各自存在不能形成碰撞。", fillcolor="#e8f1f8", color="#4e7892"];

    sondowcert -> samecompiler;
    family -> samecompiler [label="formula identity\n公式恒等"];
    predicate -> samecompiler [label="same checker/length\n同一检查器/长度"];
    minmeasure -> samecompiler [label="same minimum payload measure\n同一最短载荷度量"];
    samecompiler -> upper [label="canonical accepted proof code\n规范且被接受的证明码"];
    upper -> collision [label="same F_N / same length\n同一 F_N / 同一长度"];
    lower -> collision [label="same F_N / same length\n同一 F_N / 同一长度"];
    samenote -> collision [style=dotted, arrowhead=none, constraint=false];
    collision -> final;
  }

  subgraph cluster_audit {
    label="J. Submission-grade audit gates（投稿级审计门）";
    color="#76639a";
    style="rounded";

    axioms [label="#print axioms audit（公理画像审计）\n已完成节点仅依赖：\npropext（命题外延）\nClassical.choice（经典选择）\nQuot.sound（商类型可靠性）", fillcolor="#e9e3f5", color="#76639a"];
    forbidden [label="Forbidden project assumptions（禁止项目级假设）\nno tail_gap（无尾部间隙参数）\nno upper_provider（无上界提供者参数）\nno project proof_length（无项目证明长度公设）\nno sorryAx（无未完成证明公设）", fillcolor="#e9e3f5", color="#76639a"];
    gate [label="Final dependency audit（最终依赖审计）\nsame formula / parameter / checker / measure\n同一公式 / 参数 / 检查器 / 度量", fillcolor="#e9e3f5", color="#76639a", penwidth=2.0];

    totalcanonical -> axioms [style=dotted];
    publiciff -> axioms [style=dotted];
    completeness -> axioms [style=dotted];
    nattrace -> axioms [style=dotted];
    polytime -> forbidden [style=dashed];
    diagonal -> forbidden [style=dashed];
    samecompiler -> forbidden [style=dashed];
    lower -> gate;
    upper -> gate;
    axioms -> gate;
    forbidden -> gate;
    gate -> collision [style=dashed, label="audit pass\n审计通过"];
  }

  subgraph cluster_rejected_routes {
    label="K. Rejected historical routes（经审计弃用的历史路线；不通向主结论）";
    color="#a8443d";
    style="rounded,dashed";

    rawgodel [label="Nat.size(rawProofCode) lower bound\n原始哥德尔证明码位长下界\nunary-numeral encoding artifact（一元数词编码伪影）", fillcolor="#f8d9d6", color="#a8443d", style="rounded,filled,dashed"];
    postfixraw [label="Postfix checker rebuilding rawCode\n重建 rawCode 的后缀检查器\nprimitive recursive != polynomial time\n原始递归不等于多项式时间", fillcolor="#f8d9d6", color="#a8443d", style="rounded,filled,dashed"];
    abstractgap [label="tail_gap / computable_gap input\n尾部间隙 / 可计算间隙输入\nassumes the lower bound（预设下界）", fillcolor="#f8d9d6", color="#a8443d", style="rounded,filled,dashed"];
    abstractupper [label="upper_provider input\n上界提供者输入\nassumes the Sondow bridge（预设索多桥）", fillcolor="#f8d9d6", color="#a8443d", style="rounded,filled,dashed"];
    unsimulated [label="Unproved Hilbert-system simulation\n未证明的 Hilbert 系统模拟\nwrong/uncalibrated proof measure\n错误或未校准的证明度量", fillcolor="#f8d9d6", color="#a8443d", style="rounded,filled,dashed"];
    graft [label="strengthened_to_partial / transfer_to_graft\n加强到部分 / 嫁接转移接口\ninterface packaging without source theorem\n只有接口包装、没有源定理", fillcolor="#f8d9d6", color="#a8443d", style="rounded,filled,dashed"];
    rejectednote [shape=note, label="弃用判据：编码伪影、循环输入、对象错位，\n或只给接口而没有根定理。\n本区域没有任何边连接最终碰撞定理。", fillcolor="#fff1f0", color="#a8443d"];

    rawgodel -> postfixraw [style=dotted, color="#a8443d"];
    abstractgap -> graft [style=dotted, color="#a8443d"];
    abstractupper -> graft [style=dotted, color="#a8443d"];
    unsimulated -> graft [style=dotted, color="#a8443d"];
    rejectednote -> graft [style=dotted, arrowhead=none, color="#a8443d"];
  }
}
